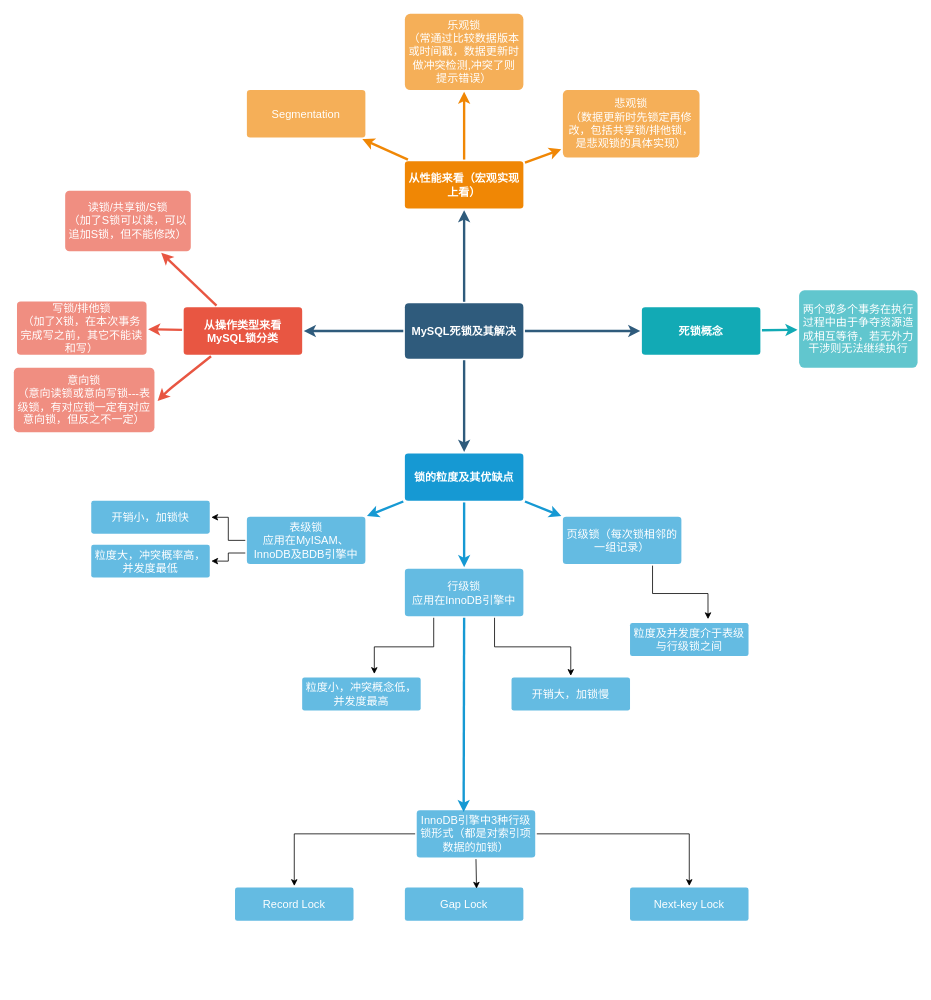
Earlier version of the draw.io diagram MySQL死锁及其解决.drawio (HuaHero/OnLineFaq). Source tidied: cells renumbered, new cells numbered last; positions are measured from the earlier drawing's top-left corner, leaving out a move shared by most shapes. Both pictures are drawn from the tidied source at 79%, with x=0, y=0 at pixel (13, 13).
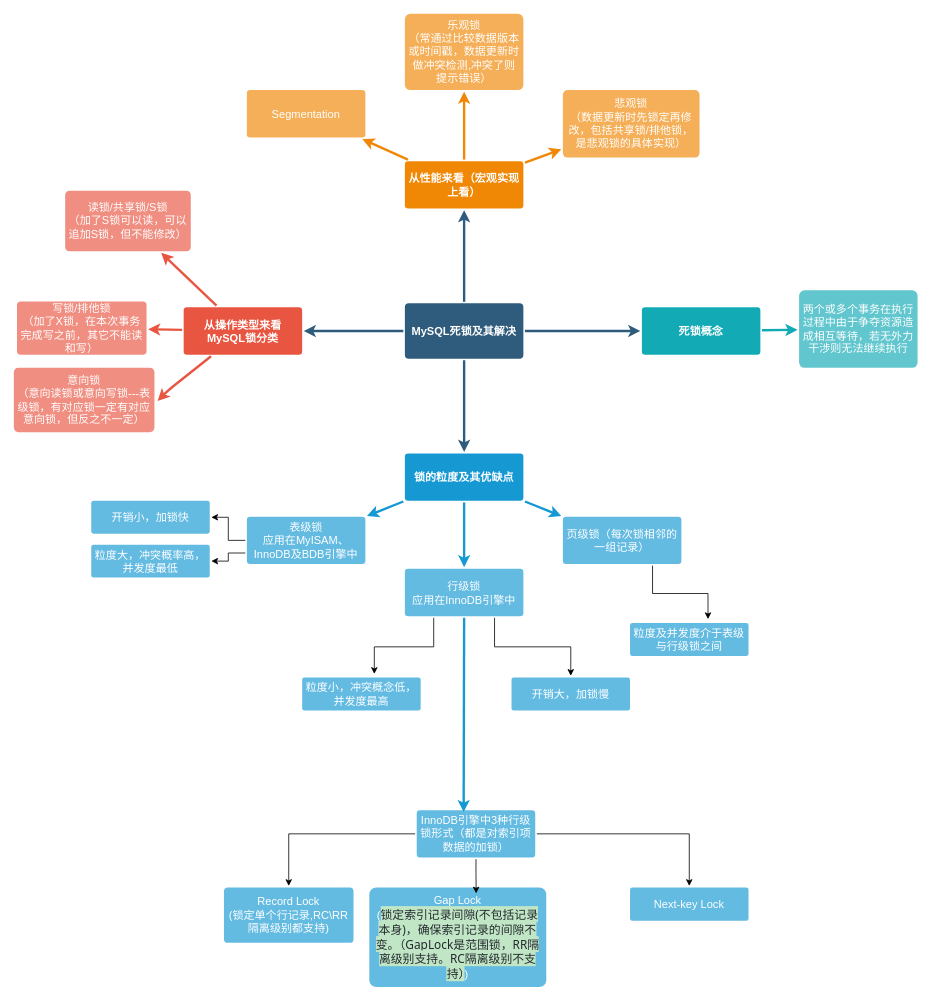
After the change.

Commit message:
更新MySQL死锁及其解决.drawio

Diff of the diagram source:
```diff
@@
-    <mxCell id="45" value="Record Lock" style="rounded=1;whiteSpace=wrap;html=1;shadow=0;labelBackgroundColor=none;strokeColor=none;strokeWidth=3;fillColor=#64bbe2;fontFamily=Helvetica;fontSize=14;fontColor=#FFFFFF;align=center;spacing=5;arcSize=7;perimeterSpacing=2;" parent="1" vertex="1">
-      <mxGeometry x="280" y="1106" width="150" height="42" as="geometry" />
+    <mxCell id="45" value="Record Lock&lt;div&gt;(锁定单个行记录,RC\RR隔离级别都支持)&lt;/div&gt;" style="rounded=1;whiteSpace=wrap;html=1;shadow=0;labelBackgroundColor=none;strokeColor=none;strokeWidth=3;fillColor=#64bbe2;fontFamily=Helvetica;fontSize=14;fontColor=#FFFFFF;align=center;spacing=5;arcSize=7;perimeterSpacing=2;" parent="1" vertex="1">
+      <mxGeometry x="266" y="1106" width="164" height="70" as="geometry" />
     </mxCell>
-    <mxCell id="46" value="Gap Lock" style="rounded=1;whiteSpace=wrap;html=1;shadow=0;labelBackgroundColor=none;strokeColor=none;strokeWidth=3;fillColor=#64bbe2;fontFamily=Helvetica;fontSize=14;fontColor=#FFFFFF;align=center;spacing=5;arcSize=7;perimeterSpacing=2;" parent="1" vertex="1">
-      <mxGeometry x="495" y="1106" width="150" height="42" as="geometry" />
+    <mxCell id="46" value="Gap Lock&lt;div&gt;(&lt;span style=&quot;background-color: rgb(193, 230, 198); color: rgb(36, 41, 46); font-family: system-ui, -apple-system, BlinkMacSystemFont, &amp;quot;Segoe UI&amp;quot;, Helvetica, Arial, sans-serif, &amp;quot;Apple Color Emoji&amp;quot;, &amp;quot;Segoe UI Emoji&amp;quot;, &amp;quot;Segoe UI Symbol&amp;quot;; font-size: 15px; text-align: left; caret-color: rgb(36, 41, 46);&quot;&gt;锁定索引记录间隙(不包括记录本身)，确保索引记录的间隙不变。（GapLock是范围锁，RR隔离级别支持。RC隔离级别不支持）&lt;/span&gt;&lt;span style=&quot;background-color: initial;&quot;&gt;)&lt;/span&gt;&lt;/div&gt;" style="rounded=1;whiteSpace=wrap;html=1;shadow=0;labelBackgroundColor=none;strokeColor=none;strokeWidth=3;fillColor=#64bbe2;fontFamily=Helvetica;fontSize=14;fontColor=#FFFFFF;align=center;spacing=5;arcSize=7;perimeterSpacing=2;" parent="1" vertex="1">
+      <mxGeometry x="450" y="1106" width="224" height="126" as="geometry" />
     </mxCell>
```
